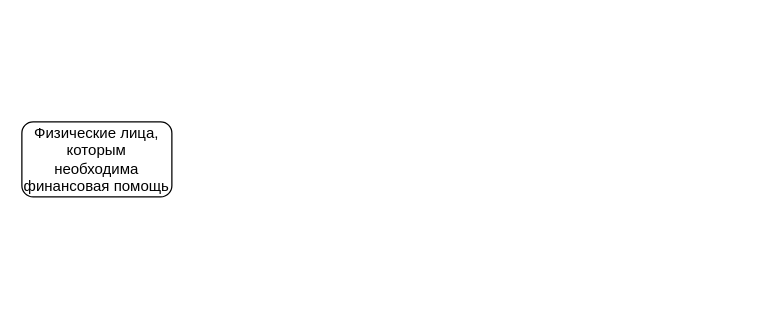
Above: бизнес-процесс банка .drawio in EgorZinchenkoA/Test (draw.io), before the change. Source tidied: cells renumbered, new cells numbered last; positions are measured from the earlier drawing's top-left corner, leaving out a move shared by most shapes. Both pictures are drawn from the tidied source at 125%, with x=0, y=0 at pixel (21, 121).
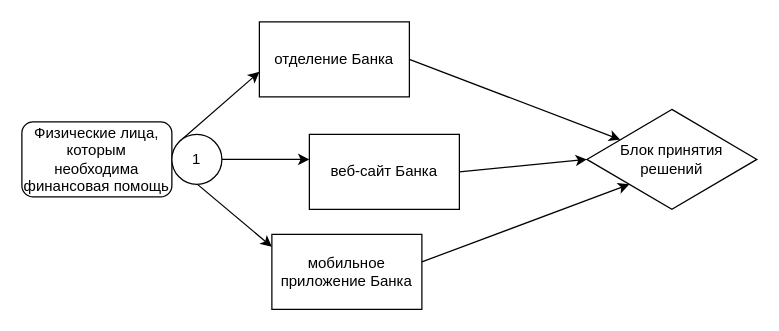
After the change.

The edit, as a diff of the source:
```diff
@@
 <mxGraphModel>
   <root>
     <mxCell id="0" />
     <mxCell id="1" parent="0" />
     <mxCell id="2" value="Физические лица, которым необходима финансовая помощь" style="rounded=1;whiteSpace=wrap;html=1;" parent="1" vertex="1">
       <mxGeometry width="120" height="60" as="geometry" />
     </mxCell>
+    <mxCell id="3" style="endArrow=classic;html=1;rounded=0;exitX=0;exitY=0;exitDx=0;exitDy=0;" parent="1" edge="1" source="10">
+      <mxGeometry relative="1" as="geometry">
+        <mxPoint x="190" y="-40" as="targetPoint" />
+      </mxGeometry>
+    </mxCell>
+    <mxCell id="4" style="endArrow=classic;html=1;rounded=0;exitX=1;exitY=0.5;exitDx=0;exitDy=0;" parent="1" edge="1" source="10">
+      <mxGeometry relative="1" as="geometry">
+        <mxPoint x="230" y="30" as="targetPoint" />
+      </mxGeometry>
+    </mxCell>
+    <mxCell id="5" style="endArrow=classic;html=1;rounded=0;exitX=0.125;exitY=0.675;exitDx=0;exitDy=0;exitPerimeter=0;" parent="1" edge="1" source="10">
+      <mxGeometry relative="1" as="geometry">
+        <mxPoint x="200" y="100" as="targetPoint" />
+      </mxGeometry>
+    </mxCell>
+    <mxCell id="6" value="отделение Банка" style="rounded=0;whiteSpace=wrap;html=1;" parent="1" vertex="1">
+      <mxGeometry x="190" y="-80" width="120" height="60" as="geometry" />
+    </mxCell>
+    <mxCell id="7" value="веб-сайт Банка" style="rounded=0;whiteSpace=wrap;html=1;" parent="1" vertex="1">
+      <mxGeometry x="230" y="10" width="120" height="60" as="geometry" />
+    </mxCell>
+    <mxCell id="8" value="мобильное приложение Банка" style="rounded=0;whiteSpace=wrap;html=1;" parent="1" vertex="1">
+      <mxGeometry x="200" y="90" width="120" height="60" as="geometry" />
+    </mxCell>
+    <mxCell id="9" style="endArrow=none;html=1;rounded=0;exitX=1;exitY=0.5;exitDx=0;exitDy=0;" parent="1" edge="1" source="2" target="10">
+      <mxGeometry relative="1" as="geometry" />
+    </mxCell>
+    <mxCell id="10" value="1" style="ellipse;whiteSpace=wrap;html=1;" parent="1" vertex="1">
+      <mxGeometry x="120" y="10" width="40" height="40" as="geometry" />
+    </mxCell>
+    <mxCell id="11" value="Блок принятия решений" style="rhombus;whiteSpace=wrap;html=1;" parent="1" vertex="1">
+      <mxGeometry x="452" y="-10" width="136" height="80" as="geometry" />
+    </mxCell>
+    <mxCell id="12" style="endArrow=classic;html=1;rounded=0;exitX=1;exitY=0.367;exitDx=0;exitDy=0;exitPerimeter=0;entryX=0;entryY=1;entryDx=0;entryDy=0;" parent="1" edge="1" source="8" target="11">
+      <mxGeometry relative="1" as="geometry" />
+    </mxCell>
+    <mxCell id="13" style="endArrow=classic;html=1;rounded=0;exitX=1;exitY=0.5;exitDx=0;exitDy=0;entryX=0;entryY=0.5;entryDx=0;entryDy=0;" parent="1" edge="1" source="7" target="11">
+      <mxGeometry relative="1" as="geometry" />
+    </mxCell>
+    <mxCell id="14" style="endArrow=classic;html=1;rounded=0;exitX=1;exitY=0.5;exitDx=0;exitDy=0;" parent="1" edge="1" source="6" target="11">
+      <mxGeometry relative="1" as="geometry" />
+    </mxCell>
   </root>
 </mxGraphModel>
```
